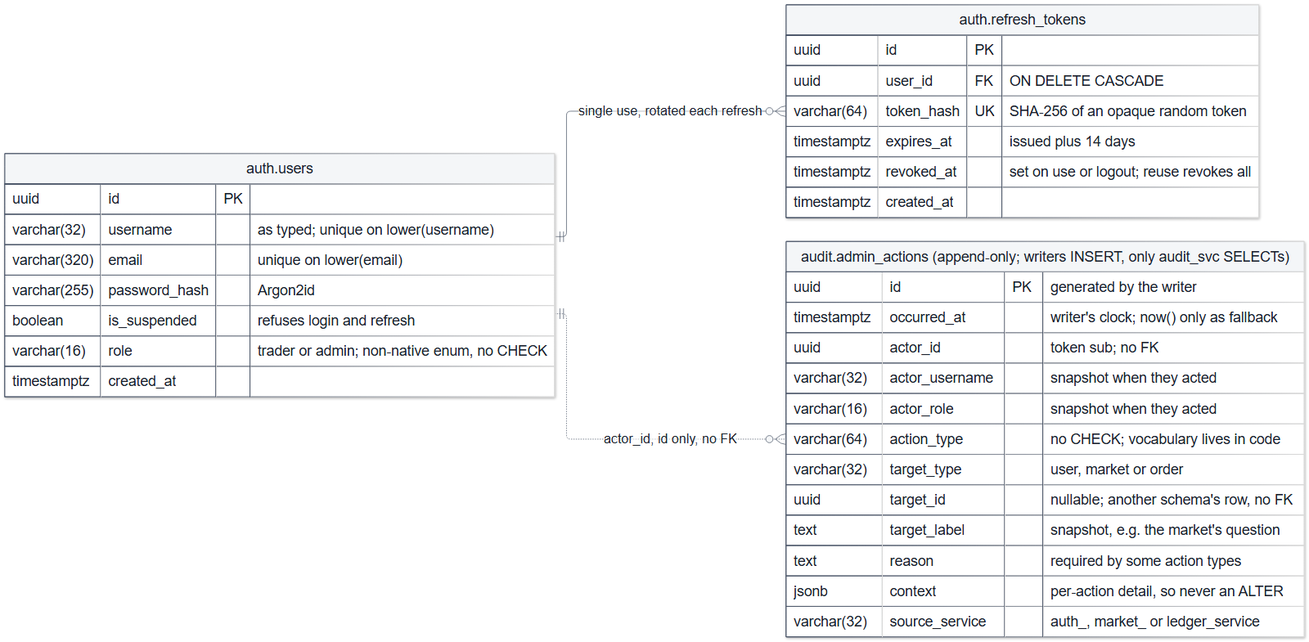
This is docs/diagrams/rendered/12-erd-auth-audit.png from decker757/CS464, a Mermaid export, as it was before one commit. Its source is kept beside it as docs/diagrams/12-erd-auth-audit.mmd. Source of this version:
```mermaid
%%{init: {"themeVariables": {"fontSize": "24px"}, "themeCSS": ".edgeLabel .label, .edgeLabel p, .edgeLabel span { font-size: 22px !important; }"}}%%
erDiagram
    direction LR

    auth_users["auth.users"] {
        uuid id PK
        varchar(32) username "as typed; unique on lower(username)"
        varchar(320) email "unique on lower(email)"
        varchar(255) password_hash "Argon2id"
        boolean is_suspended "refuses login and refresh"
        varchar(16) role "trader or admin; non‑native enum, no CHECK"
        timestamptz created_at
    }

    auth_refresh_tokens["auth.refresh_tokens"] {
        uuid id PK
        uuid user_id FK "ON DELETE CASCADE"
        varchar(64) token_hash UK "SHA‑256 of an opaque random token"
        timestamptz expires_at "issued plus 14 days"
        timestamptz revoked_at "set on use or logout; reuse revokes all"
        timestamptz created_at
    }

    audit_admin_actions["audit.admin_actions (append‑only; writers INSERT, only audit_svc SELECTs)"] {
        uuid id PK "generated by the writer"
        timestamptz occurred_at "writer's clock; now() only as fallback"
        uuid actor_id "token sub; no FK"
        varchar(32) actor_username "snapshot when they acted"
        varchar(16) actor_role "snapshot when they acted"
        varchar(64) action_type "no CHECK; vocabulary lives in code"
        varchar(32) target_type "user, market or order"
        uuid target_id "nullable; another schema's row, no FK"
        text target_label "snapshot, e.g. the market's question"
        text reason "required by some action types"
        jsonb context "per‑action detail, so never an ALTER"
        varchar(32) source_service "auth_, market_ or ledger_service"
    }

    auth_users ||--o{ auth_refresh_tokens : "single use, rotated each refresh"
    auth_users ||..o{ audit_admin_actions : "actor_id, id only, no FK"
```
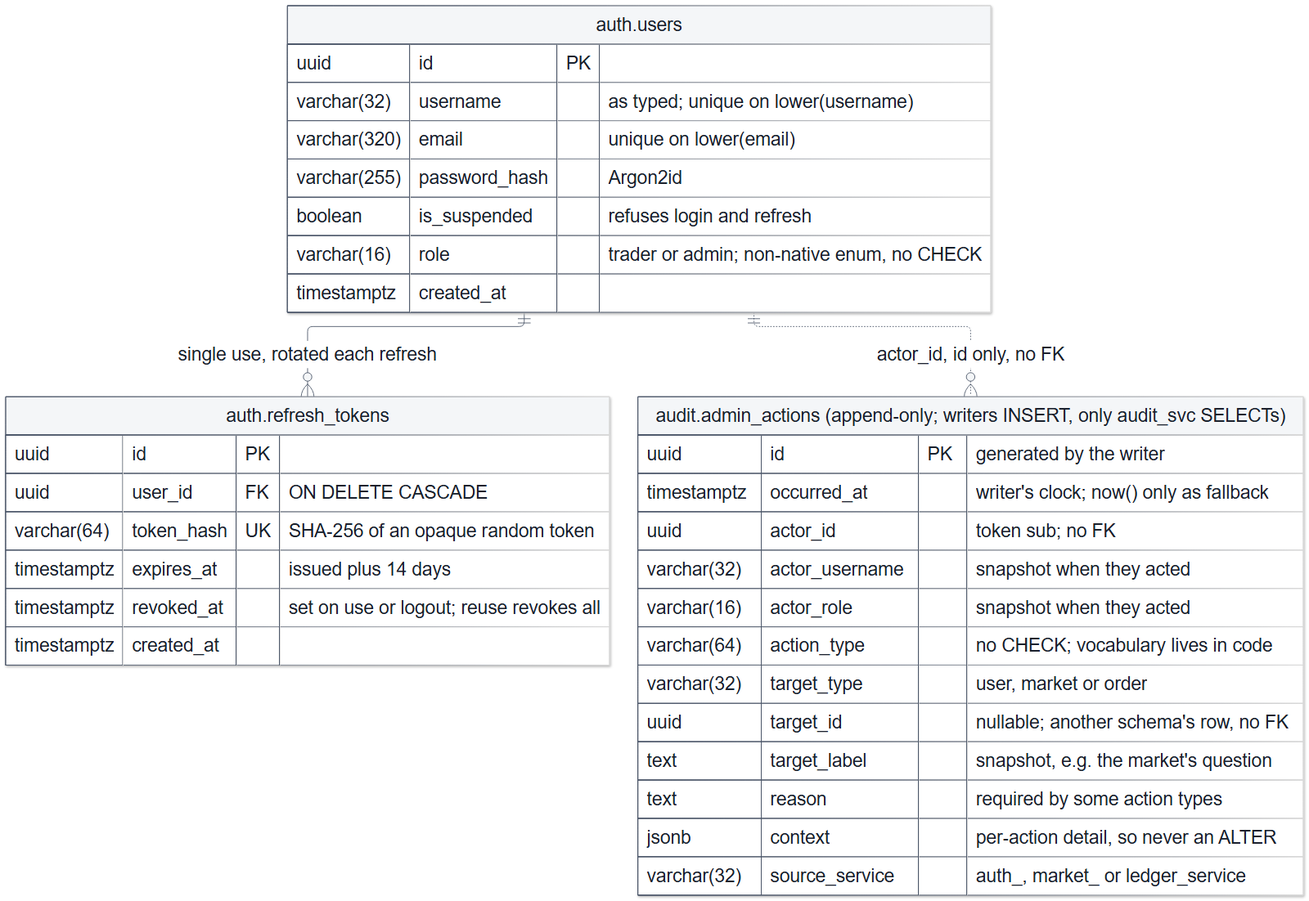
The same file after the commit.

What changed in the source:
```diff
@@ -1,6 +1,6 @@
-%%{init: {"themeVariables": {"fontSize": "24px"}, "themeCSS": ".edgeLabel .label, .edgeLabel p, .edgeLabel span { font-size: 22px !important; }"}}%%
+%%{init: {"themeVariables": {"fontSize": "26px"}, "themeCSS": ".edgeLabel .label, .edgeLabel p, .edgeLabel span { font-size: 26px !important; } .labelBkg { background-color: #FFFFFF !important; }"}}%%
 erDiagram
-    direction LR
+    direction TB
 
     auth_users["auth.users"] {
         uuid id PK
```
